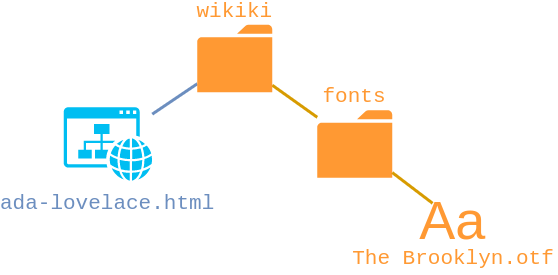
The draw.io diagram docs/assets/images/relative-path-font.png in raaaahman/web-development-lessons, before a commit. Source tidied: cells renumbered, new cells last; positions are measured from the earlier drawing's top-left corner, leaving out a move shared by most shapes. Source of this version:
```xml
<mxGraphModel>
  <root>
    <mxCell id="0" />
    <mxCell id="1" parent="0" />
    <mxCell id="2" value="ada-lovelace.html" style="shadow=0;dashed=0;html=1;strokeColor=none;fillColor=#00BEF2;labelPosition=center;verticalLabelPosition=bottom;verticalAlign=top;outlineConnect=0;align=center;shape=mxgraph.office.concepts.website;labelBackgroundColor=none;fontFamily=Courier New;fontSize=14;fontColor=#6C8EBF;" parent="1" vertex="1">
      <mxGeometry y="55" width="59" height="49" as="geometry" />
    </mxCell>
    <mxCell id="3" style="endArrow=none;html=1;strokeColor=#6c8ebf;strokeWidth=2;fontFamily=Courier New;fontSize=14;fontColor=#A680B8;fillColor=#dae8fc;" parent="1" edge="1" source="5" target="2">
      <mxGeometry relative="1" as="geometry" />
    </mxCell>
    <mxCell id="4" style="endArrow=none;html=1;strokeColor=#d79b00;strokeWidth=2;fontFamily=Courier New;fontSize=14;fontColor=#A680B8;fillColor=#ffe6cc;" parent="1" edge="1" source="5" target="6">
      <mxGeometry relative="1" as="geometry" />
    </mxCell>
    <mxCell id="5" value="&lt;font&gt;wikiki&lt;/font&gt;" style="shadow=0;dashed=0;html=1;strokeColor=none;fillColor=#FF9933;labelPosition=center;verticalLabelPosition=top;verticalAlign=bottom;outlineConnect=0;align=center;shape=mxgraph.office.concepts.folder;labelBackgroundColor=none;fontFamily=Courier New;fontSize=14;fontColor=#FF9933;" parent="1" vertex="1">
      <mxGeometry x="89" width="50" height="45" as="geometry" />
    </mxCell>
    <mxCell id="6" value="&lt;font&gt;fonts&lt;/font&gt;" style="shadow=0;dashed=0;html=1;strokeColor=none;fillColor=#FF9933;labelPosition=center;verticalLabelPosition=top;verticalAlign=bottom;outlineConnect=0;align=center;shape=mxgraph.office.concepts.folder;labelBackgroundColor=none;fontFamily=Courier New;fontSize=14;fontColor=#FF9933;" parent="1" vertex="1">
      <mxGeometry x="169" y="57" width="50" height="45" as="geometry" />
    </mxCell>
    <mxCell id="7" value="&lt;font style=&quot;font-size: 36px&quot;&gt;Aa&lt;/font&gt;" style="text;html=1;strokeColor=none;fillColor=none;align=center;verticalAlign=middle;whiteSpace=wrap;rounded=0;fontColor=#FF9933;" parent="1" vertex="1">
      <mxGeometry x="239" y="119" width="40" height="20" as="geometry" />
    </mxCell>
    <mxCell id="8" value="&lt;font style=&quot;font-size: 14px&quot; face=&quot;Courier New&quot;&gt;The Brooklyn.otf&lt;/font&gt;" style="text;html=1;strokeColor=none;fillColor=none;align=center;verticalAlign=middle;whiteSpace=wrap;rounded=0;fontColor=#FF9933;" parent="1" vertex="1">
      <mxGeometry x="189" y="145" width="140" height="20" as="geometry" />
    </mxCell>
    <mxCell id="9" style="endArrow=none;html=1;strokeColor=#d79b00;strokeWidth=2;fontFamily=Courier New;fontSize=14;fontColor=#A680B8;fillColor=#ffe6cc;" parent="1" edge="1" source="6" target="7">
      <mxGeometry relative="1" as="geometry" />
    </mxCell>
  </root>
</mxGraphModel>
```
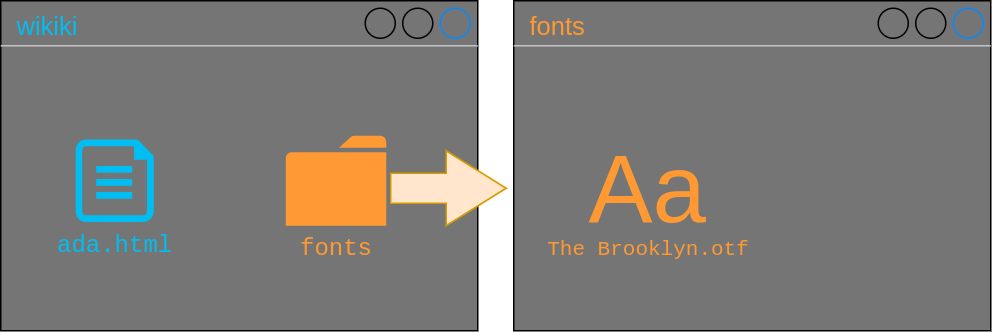
The same diagram one commit later.

Diff of the diagram source:
```diff
@@ -2,29 +2,26 @@
   <root>
     <mxCell id="0" />
     <mxCell id="1" parent="0" />
-    <mxCell id="2" value="ada-lovelace.html" style="shadow=0;dashed=0;html=1;strokeColor=none;fillColor=#00BEF2;labelPosition=center;verticalLabelPosition=bottom;verticalAlign=top;outlineConnect=0;align=center;shape=mxgraph.office.concepts.website;labelBackgroundColor=none;fontFamily=Courier New;fontSize=14;fontColor=#6C8EBF;" parent="1" vertex="1">
-      <mxGeometry y="55" width="59" height="49" as="geometry" />
-    </mxCell>
-    <mxCell id="3" style="endArrow=none;html=1;strokeColor=#6c8ebf;strokeWidth=2;fontFamily=Courier New;fontSize=14;fontColor=#A680B8;fillColor=#dae8fc;" parent="1" edge="1" source="5" target="2">
-      <mxGeometry relative="1" as="geometry" />
-    </mxCell>
-    <mxCell id="4" style="endArrow=none;html=1;strokeColor=#d79b00;strokeWidth=2;fontFamily=Courier New;fontSize=14;fontColor=#A680B8;fillColor=#ffe6cc;" parent="1" edge="1" source="5" target="6">
-      <mxGeometry relative="1" as="geometry" />
-    </mxCell>
-    <mxCell id="5" value="&lt;font&gt;wikiki&lt;/font&gt;" style="shadow=0;dashed=0;html=1;strokeColor=none;fillColor=#FF9933;labelPosition=center;verticalLabelPosition=top;verticalAlign=bottom;outlineConnect=0;align=center;shape=mxgraph.office.concepts.folder;labelBackgroundColor=none;fontFamily=Courier New;fontSize=14;fontColor=#FF9933;" parent="1" vertex="1">
-      <mxGeometry x="89" width="50" height="45" as="geometry" />
+    <mxCell id="5" value="&lt;font color=&quot;#00bef2&quot;&gt;wikiki&lt;/font&gt;" style="strokeWidth=1;shadow=0;dashed=0;align=center;html=1;shape=mxgraph.mockup.containers.window;align=left;verticalAlign=top;spacingLeft=8;strokeColor2=#008cff;strokeColor3=#c4c4c4;fontColor=#666666;fillColor=#757575;mainText=;fontSize=17;labelBackgroundColor=none;" parent="1" vertex="1">
+      <mxGeometry x="29" y="-225" width="318" height="220" as="geometry" />
     </mxCell>
-    <mxCell id="6" value="&lt;font&gt;fonts&lt;/font&gt;" style="shadow=0;dashed=0;html=1;strokeColor=none;fillColor=#FF9933;labelPosition=center;verticalLabelPosition=top;verticalAlign=bottom;outlineConnect=0;align=center;shape=mxgraph.office.concepts.folder;labelBackgroundColor=none;fontFamily=Courier New;fontSize=14;fontColor=#FF9933;" parent="1" vertex="1">
-      <mxGeometry x="169" y="57" width="50" height="45" as="geometry" />
-    </mxCell>
+    <mxCell id="10" value="&lt;font color=&quot;#ff9933&quot;&gt;fonts&lt;/font&gt;" style="strokeWidth=1;shadow=0;dashed=0;align=center;html=1;shape=mxgraph.mockup.containers.window;align=left;verticalAlign=top;spacingLeft=8;strokeColor2=#008cff;strokeColor3=#c4c4c4;fontColor=#666666;fillColor=#757575;mainText=;fontSize=17;labelBackgroundColor=none;" parent="1" vertex="1">
+      <mxGeometry x="371" y="-225" width="318" height="220" as="geometry" />
+    </mxCell>
+    <mxCell id="11" value="fonts" style="shadow=0;dashed=0;html=1;strokeColor=none;fillColor=#FF9933;labelPosition=center;verticalLabelPosition=bottom;verticalAlign=top;align=center;shape=mxgraph.office.concepts.folder;labelBackgroundColor=none;fontFamily=Courier New;fontSize=16;fontColor=#FF9933;" parent="1" vertex="1">
+      <mxGeometry x="219" y="-135" width="67" height="60" as="geometry" />
+    </mxCell>
+    <mxCell id="12" value="&lt;font color=&quot;#00bef2&quot;&gt;ada.html&lt;/font&gt;" style="verticalLabelPosition=bottom;html=1;verticalAlign=top;align=center;strokeColor=none;fillColor=#00BEF2;shape=mxgraph.azure.file;fontSize=16;fontColor=#FF9933;fontFamily=Courier New;" parent="1" vertex="1">
+      <mxGeometry x="79" y="-132.5" width="52" height="55" as="geometry" />
+    </mxCell>
+    <mxCell id="13" style="html=1;shadow=0;dashed=0;align=center;verticalAlign=middle;shape=mxgraph.arrows2.arrow;dy=0.6;dx=40;notch=0;fillColor=#ffe6cc;fontFamily=Courier New;fontSize=16;strokeColor=#d79b00;" parent="1" vertex="1">
+      <mxGeometry x="289" y="-125" width="77" height="50" as="geometry" />
+    </mxCell>
-    <mxCell id="7" value="&lt;font style=&quot;font-size: 36px&quot;&gt;Aa&lt;/font&gt;" style="text;html=1;strokeColor=none;fillColor=none;align=center;verticalAlign=middle;whiteSpace=wrap;rounded=0;fontColor=#FF9933;" parent="1" vertex="1">
-      <mxGeometry x="239" y="119" width="40" height="20" as="geometry" />
+    <mxCell id="7" value="&lt;font style=&quot;font-size: 64px&quot;&gt;Aa&lt;/font&gt;" style="text;html=1;strokeColor=none;fillColor=none;align=center;verticalAlign=middle;whiteSpace=wrap;rounded=0;fontColor=#FF9933;" parent="1" vertex="1">
+      <mxGeometry x="430" y="-125" width="60" height="50" as="geometry" />
     </mxCell>
-    <mxCell id="8" value="&lt;font style=&quot;font-size: 14px&quot; face=&quot;Courier New&quot;&gt;The Brooklyn.otf&lt;/font&gt;" style="text;html=1;strokeColor=none;fillColor=none;align=center;verticalAlign=middle;whiteSpace=wrap;rounded=0;fontColor=#FF9933;" parent="1" vertex="1">
-      <mxGeometry x="189" y="145" width="140" height="20" as="geometry" />
+    <mxCell id="8" value="The Brooklyn.otf" style="text;html=1;strokeColor=none;fillColor=none;align=center;verticalAlign=middle;whiteSpace=wrap;rounded=0;fontColor=#FF9933;fontSize=14;fontFamily=Courier New;" parent="1" vertex="1">
+      <mxGeometry x="390" y="-70" width="140" height="20" as="geometry" />
     </mxCell>
-    <mxCell id="9" style="endArrow=none;html=1;strokeColor=#d79b00;strokeWidth=2;fontFamily=Courier New;fontSize=14;fontColor=#A680B8;fillColor=#ffe6cc;" parent="1" edge="1" source="6" target="7">
-      <mxGeometry relative="1" as="geometry" />
-    </mxCell>
   </root>
 </mxGraphModel>
```
